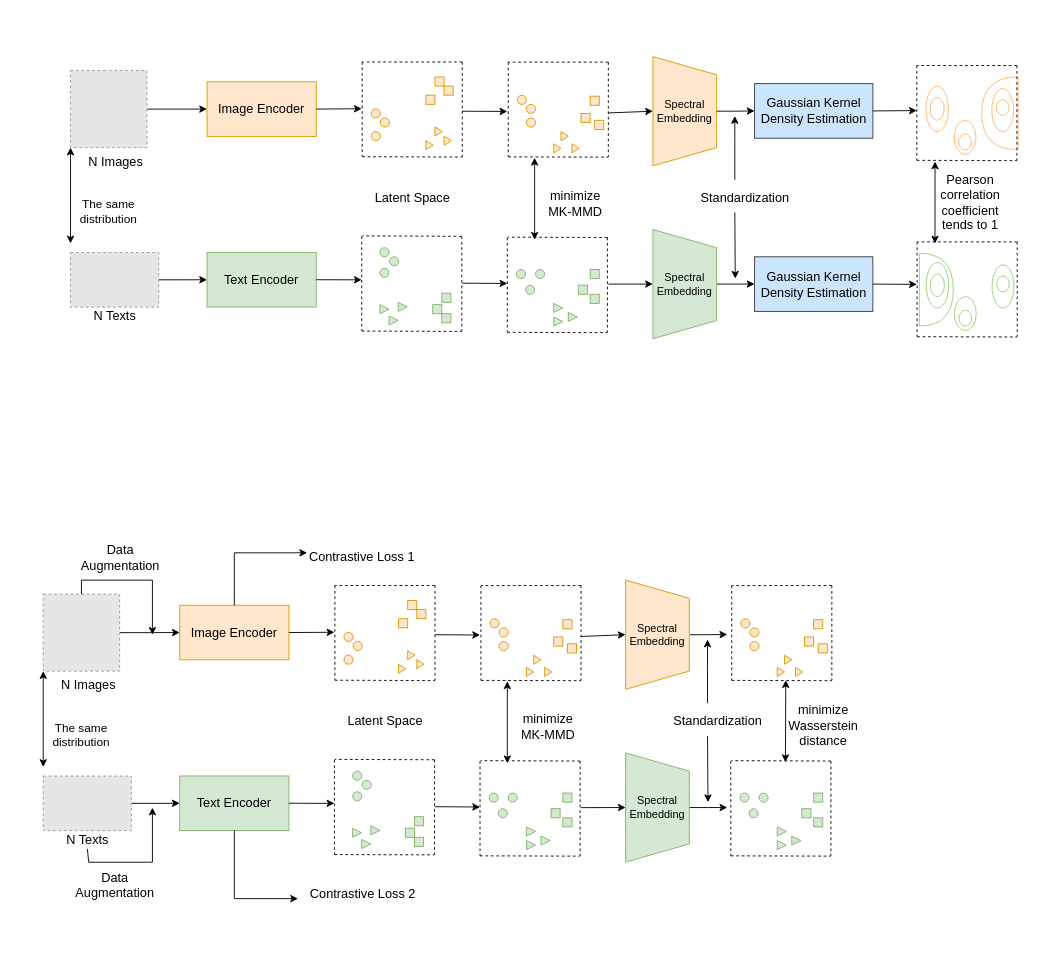
The draw.io diagram new_method_for_stan.drawio in cauchy-max/my-room, before the edit. Source tidied: cells renumbered, new cells numbered last; positions are measured from the earlier drawing's top-left corner, leaving out a move shared by most shapes. Both pictures are drawn from the tidied source at 91%, with x=0, y=0 at pixel (43, 56). Pictures stored in the file or linked from it are replaced by grey dashed boxes.
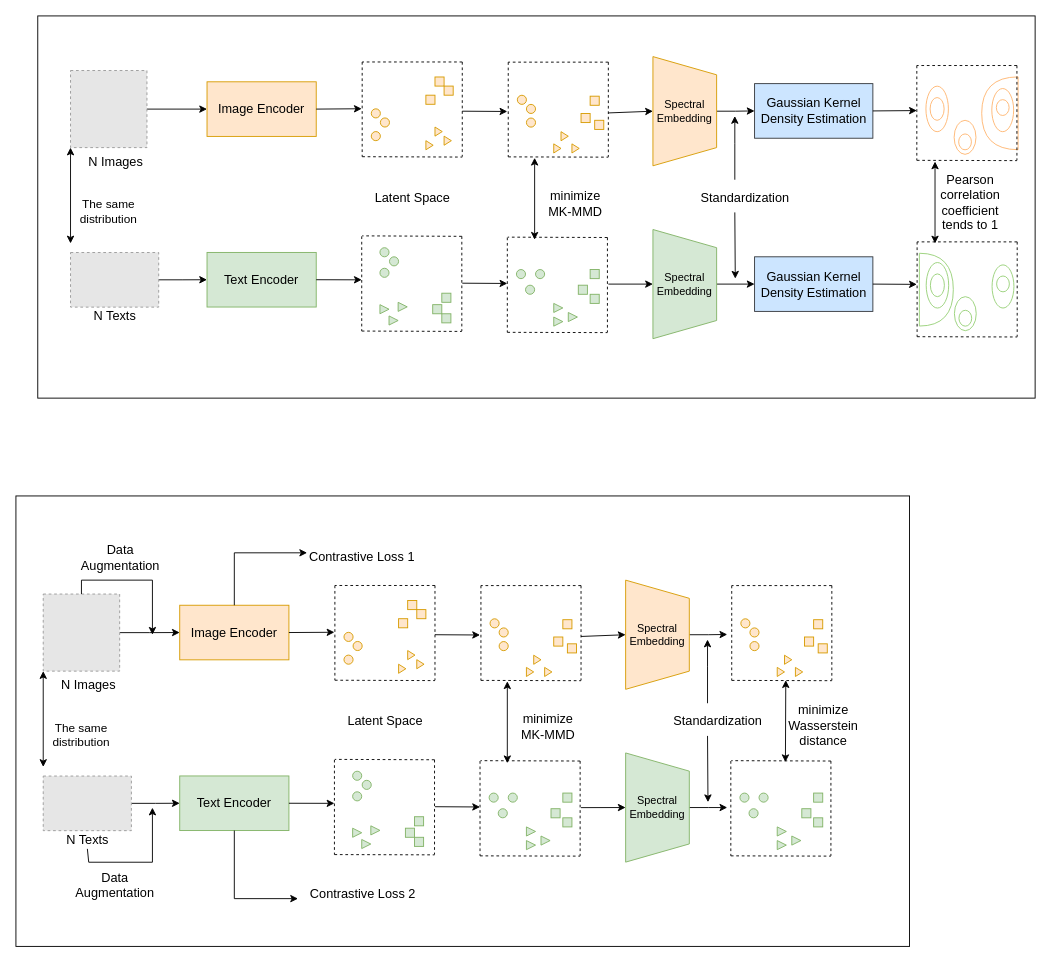
The same diagram, later.

What changed in the source:
```diff
@@
+    <mxCell id="222" style="rounded=0;whiteSpace=wrap;html=1;" parent="1" vertex="1">
+      <mxGeometry x="-6" y="-45" width="1096" height="420" as="geometry" />
+    </mxCell>
+    <mxCell id="223" style="rounded=0;whiteSpace=wrap;html=1;" parent="1" vertex="1">
+      <mxGeometry x="-30" y="482.5" width="982" height="495" as="geometry" />
+    </mxCell>
```
